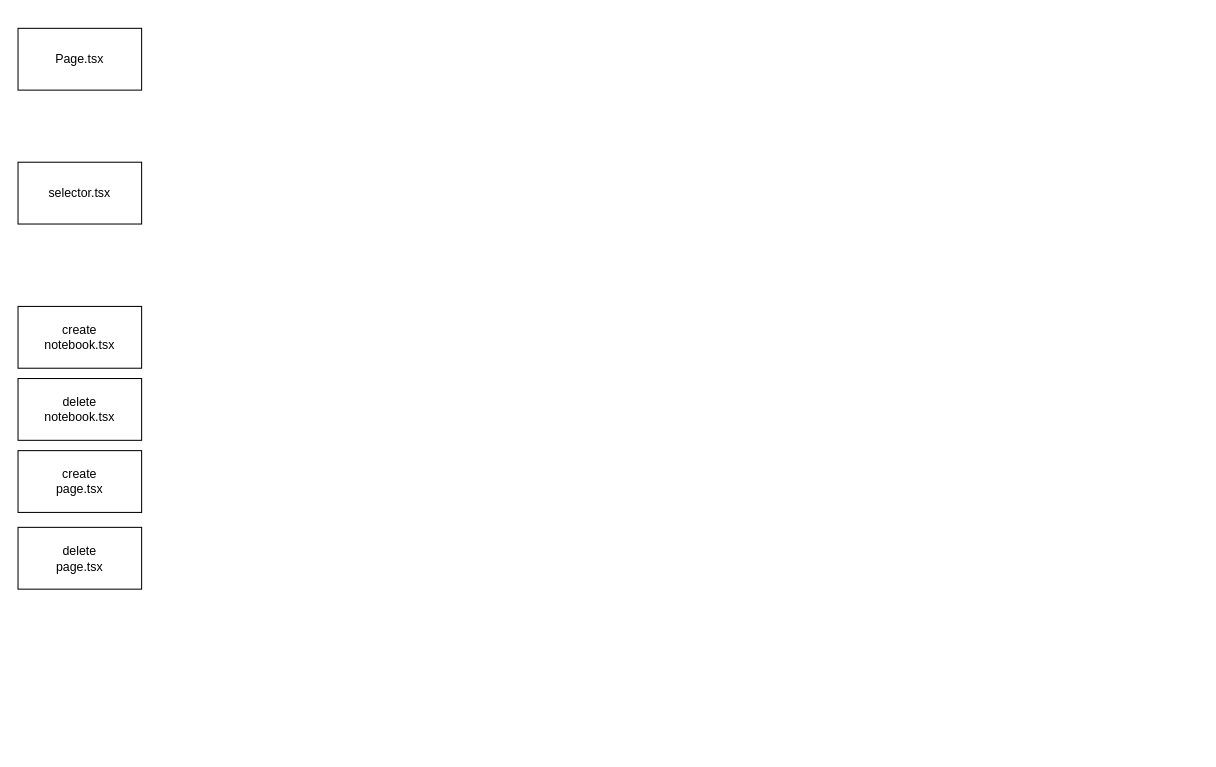
The draw.io diagram page "Network" (4 of 4) of firstPrototype/note/architecture.drawio in hello30190f/OneNoteAlternative, before the edit. Source tidied: cells renumbered, new cells numbered last; positions are measured from the earlier drawing's top-left corner, leaving out a move shared by most shapes. Both pictures are drawn from the tidied source at 103%, with x=0, y=0 at pixel (18, 28).
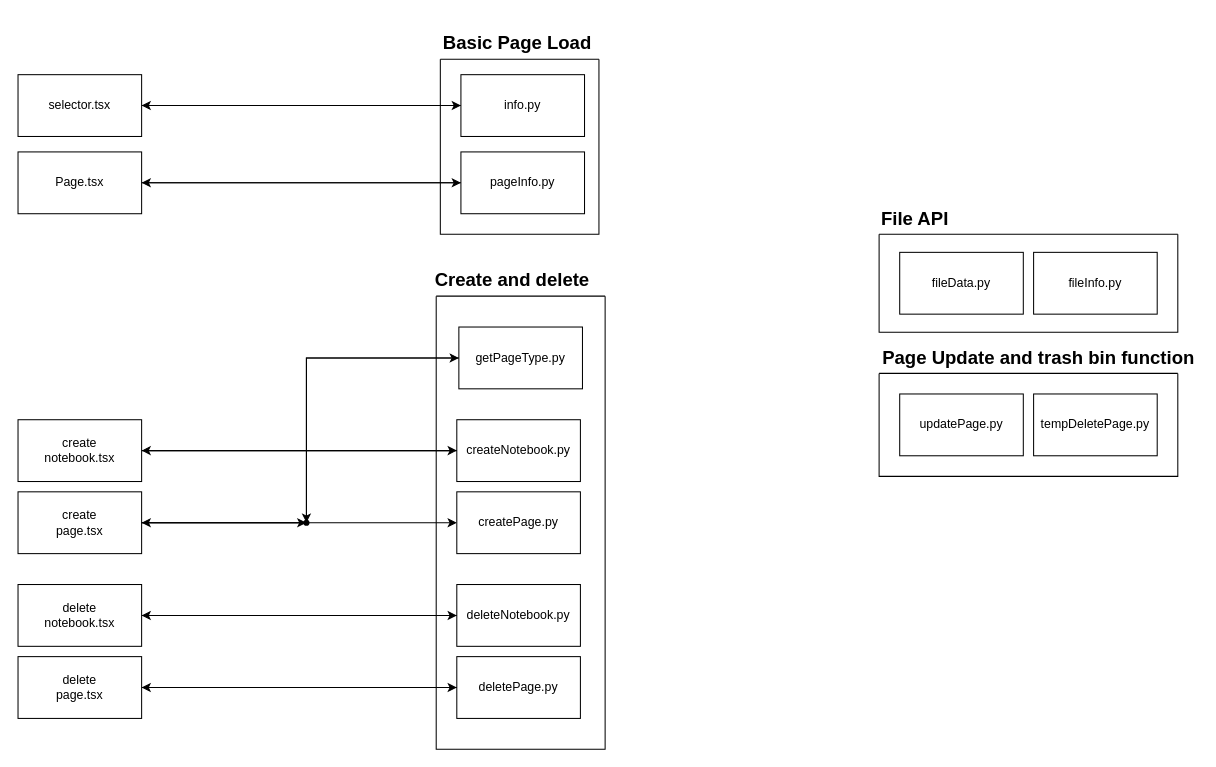
Above is the later version.

Commit message (it also covers changes not shown here):
try to create diagram for the architecture

What changed in the source:
```diff
@@
+    <mxCell id="8" style="edgeStyle=orthogonalEdgeStyle;rounded=0;jettySize=auto;html=1;entryX=0;entryY=0.5;entryDx=0;entryDy=0;" parent="1" edge="1" source="2" target="21">
+      <mxGeometry relative="1" as="geometry" />
+    </mxCell>
     <mxCell id="2" value="&lt;div&gt;Page.tsx&lt;/div&gt;" style="whiteSpace=wrap;html=1;" parent="1" vertex="1">
-      <mxGeometry width="120" height="60" as="geometry" />
+      <mxGeometry y="120" width="120" height="60" as="geometry" />
     </mxCell>
+    <mxCell id="9" style="edgeStyle=orthogonalEdgeStyle;rounded=0;jettySize=auto;html=1;entryX=0;entryY=0.5;entryDx=0;entryDy=0;" parent="1" edge="1" source="3" target="17">
+      <mxGeometry relative="1" as="geometry" />
+    </mxCell>
     <mxCell id="3" value="&lt;div&gt;selector.tsx&lt;/div&gt;" style="whiteSpace=wrap;html=1;" parent="1" vertex="1">
-      <mxGeometry y="130" width="120" height="60" as="geometry" />
+      <mxGeometry y="45" width="120" height="60" as="geometry" />
     </mxCell>
+    <mxCell id="10" style="edgeStyle=orthogonalEdgeStyle;rounded=0;jettySize=auto;html=1;" parent="1" edge="1" source="4" target="23">
+      <mxGeometry relative="1" as="geometry" />
+    </mxCell>
     <mxCell id="4" value="&lt;div&gt;create&lt;/div&gt;&lt;div&gt;notebook.tsx&lt;/div&gt;" style="whiteSpace=wrap;html=1;" parent="1" vertex="1">
-      <mxGeometry y="270" width="120" height="60" as="geometry" />
+      <mxGeometry y="380" width="120" height="60" as="geometry" />
     </mxCell>
+    <mxCell id="11" style="edgeStyle=orthogonalEdgeStyle;rounded=0;jettySize=auto;html=1;" parent="1" edge="1" source="5" target="25">
+      <mxGeometry relative="1" as="geometry" />
+    </mxCell>
     <mxCell id="5" value="&lt;div&gt;create&lt;/div&gt;&lt;div&gt;page.tsx&lt;/div&gt;" style="whiteSpace=wrap;html=1;" parent="1" vertex="1">
-      <mxGeometry y="410" width="120" height="60" as="geometry" />
+      <mxGeometry y="450" width="120" height="60" as="geometry" />
     </mxCell>
+    <mxCell id="12" style="edgeStyle=orthogonalEdgeStyle;rounded=0;jettySize=auto;html=1;" parent="1" edge="1" source="6" target="26">
+      <mxGeometry relative="1" as="geometry" />
+    </mxCell>
     <mxCell id="6" value="&lt;div&gt;delete&lt;/div&gt;&lt;div&gt;notebook.tsx&lt;/div&gt;" style="whiteSpace=wrap;html=1;" parent="1" vertex="1">
-      <mxGeometry y="340" width="120" height="60" as="geometry" />
+      <mxGeometry y="540" width="120" height="60" as="geometry" />
     </mxCell>
+    <mxCell id="13" style="edgeStyle=orthogonalEdgeStyle;rounded=0;jettySize=auto;html=1;" parent="1" edge="1" source="7" target="27">
+      <mxGeometry relative="1" as="geometry" />
+    </mxCell>
     <mxCell id="7" value="&lt;div&gt;delete&lt;/div&gt;&lt;div&gt;page.tsx&lt;/div&gt;" style="whiteSpace=wrap;html=1;" parent="1" vertex="1">
-      <mxGeometry y="484.5" width="120" height="60" as="geometry" />
+      <mxGeometry y="610" width="120" height="60" as="geometry" />
     </mxCell>
+    <mxCell id="14" value="fileData.py" style="whiteSpace=wrap;html=1;" parent="1" vertex="1">
+      <mxGeometry x="856" y="217.5" width="120" height="60" as="geometry" />
+    </mxCell>
+    <mxCell id="15" value="fileInfo.py" style="whiteSpace=wrap;html=1;" parent="1" vertex="1">
+      <mxGeometry x="986" y="217.5" width="120" height="60" as="geometry" />
+    </mxCell>
+    <mxCell id="16" style="edgeStyle=orthogonalEdgeStyle;rounded=0;jettySize=auto;html=1;entryX=1;entryY=0.5;entryDx=0;entryDy=0;" parent="1" edge="1" source="17" target="3">
+      <mxGeometry relative="1" as="geometry" />
+    </mxCell>
+    <mxCell id="17" value="info.py" style="whiteSpace=wrap;html=1;" parent="1" vertex="1">
+      <mxGeometry x="430" y="45" width="120" height="60" as="geometry" />
+    </mxCell>
+    <mxCell id="18" value="updatePage.py" style="whiteSpace=wrap;html=1;" parent="1" vertex="1">
+      <mxGeometry x="856" y="355" width="120" height="60" as="geometry" />
+    </mxCell>
+    <mxCell id="19" value="tempDeletePage.py" style="whiteSpace=wrap;html=1;" parent="1" vertex="1">
+      <mxGeometry x="986" y="355" width="120" height="60" as="geometry" />
+    </mxCell>
+    <mxCell id="20" style="swimlane;startSize=0;" parent="1" vertex="1">
+      <mxGeometry x="410" y="30" width="154" height="170" as="geometry" />
+    </mxCell>
+    <mxCell id="21" value="pageInfo.py" style="whiteSpace=wrap;html=1;" parent="20" vertex="1">
+      <mxGeometry x="20" y="90" width="120" height="60" as="geometry" />
+    </mxCell>
+    <mxCell id="22" style="swimlane;startSize=0;" parent="1" vertex="1">
+      <mxGeometry x="406" y="260" width="164" height="440" as="geometry" />
+    </mxCell>
+    <mxCell id="23" value="createNotebook.py" style="whiteSpace=wrap;html=1;" parent="22" vertex="1">
+      <mxGeometry x="20" y="120" width="120" height="60" as="geometry" />
+    </mxCell>
+    <mxCell id="24" style="edgeStyle=orthogonalEdgeStyle;rounded=0;jettySize=auto;html=1;" parent="22" edge="1" source="30">
+      <mxGeometry relative="1" as="geometry">
+        <mxPoint x="-286" y="220" as="targetPoint" />
+      </mxGeometry>
+    </mxCell>
+    <mxCell id="25" value="createPage.py" style="whiteSpace=wrap;html=1;" parent="22" vertex="1">
+      <mxGeometry x="20" y="190" width="120" height="60" as="geometry" />
+    </mxCell>
+    <mxCell id="26" value="deleteNotebook.py" style="whiteSpace=wrap;html=1;" parent="22" vertex="1">
+      <mxGeometry x="20" y="280" width="120" height="60" as="geometry" />
+    </mxCell>
+    <mxCell id="27" value="deletePage.py" style="whiteSpace=wrap;html=1;" parent="22" vertex="1">
+      <mxGeometry x="20" y="350" width="120" height="60" as="geometry" />
+    </mxCell>
+    <mxCell id="28" value="getPageType.py" style="whiteSpace=wrap;html=1;" parent="22" vertex="1">
+      <mxGeometry x="22" y="30" width="120" height="60" as="geometry" />
+    </mxCell>
+    <mxCell id="29" style="edgeStyle=orthogonalEdgeStyle;rounded=0;jettySize=auto;html=1;entryX=0;entryY=0.5;entryDx=0;entryDy=0;" parent="22" edge="1" source="30" target="28">
+      <mxGeometry relative="1" as="geometry">
+        <Array as="points">
+          <mxPoint x="-126" y="60" />
+        </Array>
+      </mxGeometry>
+    </mxCell>
+    <mxCell id="30" style="shape=waypoint;sketch=0;fillStyle=solid;size=6;points=[];fillColor=none;perimeter=centerPerimeter;snapToPoint=1;" parent="22" vertex="1">
+      <mxGeometry x="-136" y="210" width="20" height="20" as="geometry" />
+    </mxCell>
+    <mxCell id="31" style="edgeStyle=orthogonalEdgeStyle;rounded=0;jettySize=auto;html=1;entryX=0.437;entryY=0.354;entryDx=0;entryDy=0;entryPerimeter=0;" parent="22" edge="1" source="28" target="30">
+      <mxGeometry relative="1" as="geometry" />
+    </mxCell>
+    <mxCell id="32" value="&lt;h2&gt;Create and delete&lt;/h2&gt;" style="text;html=1;align=center;verticalAlign=middle;whiteSpace=wrap;rounded=0;" parent="1" vertex="1">
+      <mxGeometry x="400" y="230" width="160" height="30" as="geometry" />
+    </mxCell>
+    <mxCell id="33" value="&lt;h2&gt;Basic Page Load&lt;/h2&gt;" style="text;html=1;align=center;verticalAlign=middle;whiteSpace=wrap;rounded=0;" parent="1" vertex="1">
+      <mxGeometry x="410" width="150" height="30" as="geometry" />
+    </mxCell>
+    <mxCell id="34" style="swimlane;startSize=0;" parent="1" vertex="1">
+      <mxGeometry x="836" y="200" width="290" height="95" as="geometry" />
+    </mxCell>
+    <mxCell id="35" value="&lt;h2&gt;File API&lt;/h2&gt;" style="text;html=1;align=center;verticalAlign=middle;whiteSpace=wrap;rounded=0;" parent="1" vertex="1">
+      <mxGeometry x="836" y="170" width="70" height="30" as="geometry" />
+    </mxCell>
+    <mxCell id="36" style="swimlane;startSize=0;" parent="1" vertex="1">
+      <mxGeometry x="836" y="335" width="290" height="100" as="geometry" />
+    </mxCell>
+    <mxCell id="37" value="&lt;h2&gt;Page Update and trash bin function&lt;/h2&gt;" style="text;html=1;align=center;verticalAlign=middle;whiteSpace=wrap;rounded=0;" parent="1" vertex="1">
+      <mxGeometry x="836" y="305" width="310" height="30" as="geometry" />
+    </mxCell>
+    <mxCell id="38" style="edgeStyle=orthogonalEdgeStyle;rounded=0;jettySize=auto;html=1;entryX=1;entryY=0.5;entryDx=0;entryDy=0;" parent="1" edge="1" source="21" target="2">
+      <mxGeometry relative="1" as="geometry" />
+    </mxCell>
+    <mxCell id="39" style="edgeStyle=orthogonalEdgeStyle;rounded=0;jettySize=auto;html=1;" parent="1" edge="1" source="26" target="6">
+      <mxGeometry relative="1" as="geometry" />
+    </mxCell>
+    <mxCell id="40" style="edgeStyle=orthogonalEdgeStyle;rounded=0;jettySize=auto;html=1;entryX=1;entryY=0.5;entryDx=0;entryDy=0;" parent="1" edge="1" source="27" target="7">
+      <mxGeometry relative="1" as="geometry" />
+    </mxCell>
+    <mxCell id="41" style="edgeStyle=orthogonalEdgeStyle;rounded=0;jettySize=auto;html=1;" parent="1" edge="1" source="23" target="4">
+      <mxGeometry relative="1" as="geometry" />
+    </mxCell>
+    <mxCell id="42" style="edgeStyle=orthogonalEdgeStyle;rounded=0;jettySize=auto;html=1;entryX=0.398;entryY=0.521;entryDx=0;entryDy=0;entryPerimeter=0;" parent="1" edge="1" source="5" target="30">
+      <mxGeometry relative="1" as="geometry" />
+    </mxCell>
```
